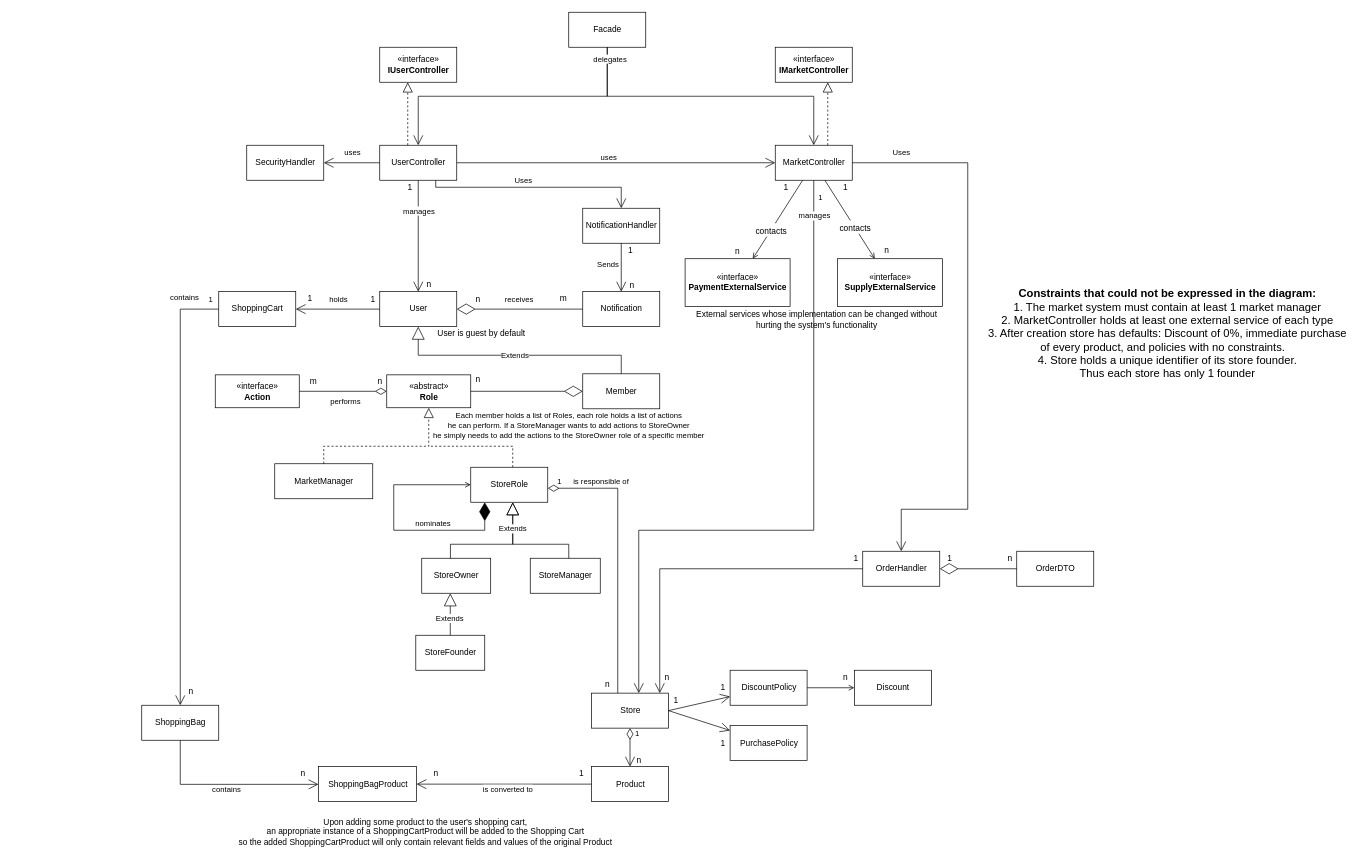
This is page "White Diagram" (1 of 2) of Workshop.drawio from itaitzruia4/Workshop, a draw.io file, before an edit. Source tidied: cells renumbered, new cells numbered last; positions are measured from the earlier drawing's top-left corner, leaving out a move shared by most shapes. Both pictures are drawn from the tidied source at 70%, with x=0, y=0 at pixel (12, 12).
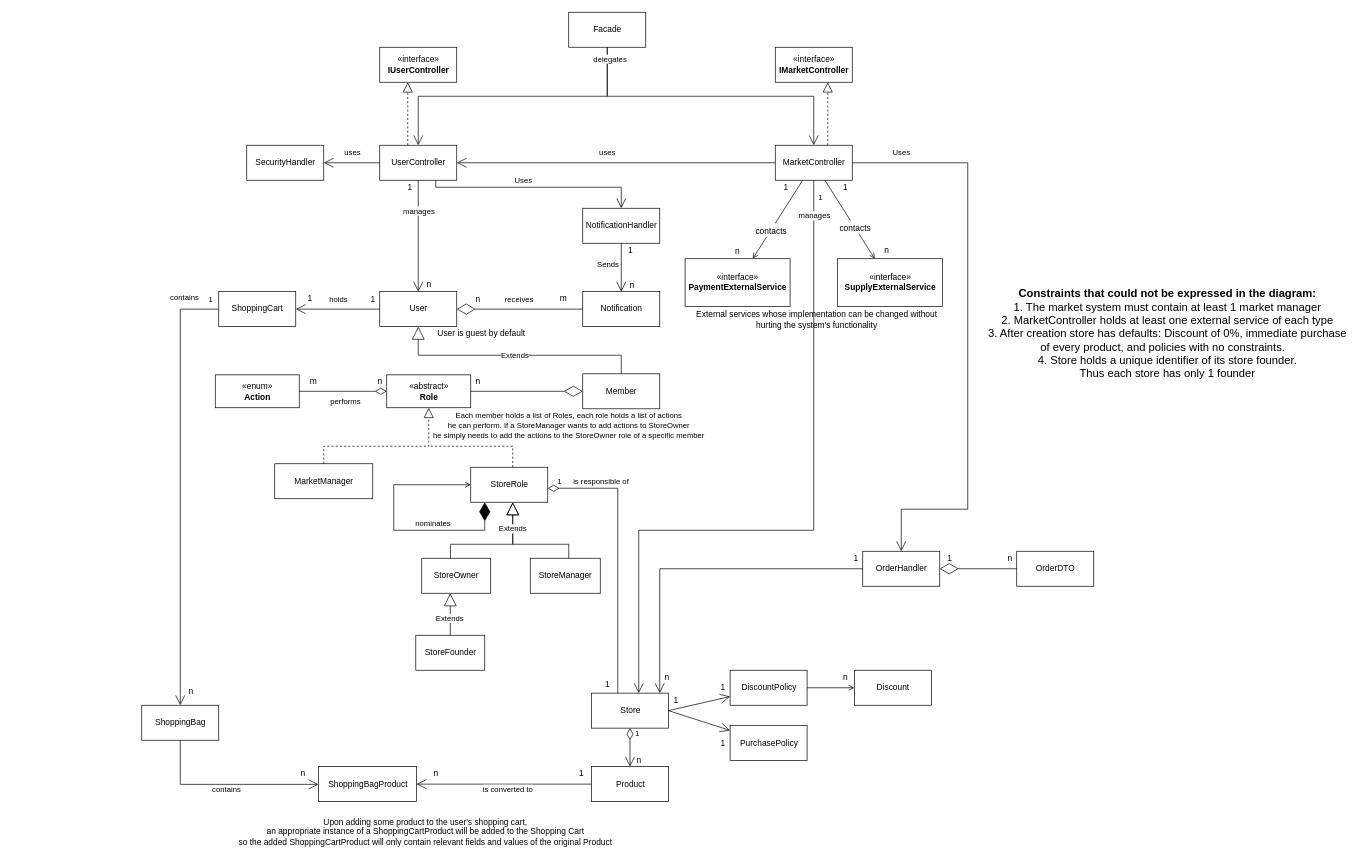
The same page after the edit.

Commit message (it also covers changes not shown here):
Changed actions from interface to enum, flipped the connection between the controllers

The change refers to these unchanged cells:
```xml
<mxCell id="5" value="UserController" style="html=1;" parent="1" vertex="1">
  <mxGeometry x="525" y="190" width="110" height="50" as="geometry" />
</mxCell>
<mxCell id="6" value="MarketController" style="html=1;" parent="1" vertex="1">
  <mxGeometry x="1090" y="190" width="110" height="50" as="geometry" />
</mxCell>
```

Diff of the diagram source:
```diff
@@
-    <mxCell id="34" value="n" style="text;html=1;align=center;verticalAlign=middle;strokeColor=none;fillColor=none;" parent="1" vertex="1">
+    <mxCell id="34" value="1" style="text;html=1;align=center;verticalAlign=middle;strokeColor=none;fillColor=none;" parent="1" vertex="1">
       <mxGeometry x="840" y="950" width="20" height="20" as="geometry" />
     </mxCell>
@@
-    <mxCell id="60" value="«interface»&lt;br&gt;&lt;b&gt;Action&lt;/b&gt;" style="html=1;" parent="1" vertex="1">
+    <mxCell id="60" value="«enum»&lt;br&gt;&lt;b&gt;Action&lt;/b&gt;" style="html=1;" parent="1" vertex="1">
       <mxGeometry x="290" y="518" width="120" height="47" as="geometry" />
     </mxCell>
@@
     <mxCell id="64" value="n" style="text;html=1;align=center;verticalAlign=middle;strokeColor=none;fillColor=none;" parent="1" vertex="1">
-      <mxGeometry x="655" y="515" width="20" height="20" as="geometry" />
+      <mxGeometry x="655" y="518" width="20" height="20" as="geometry" />
     </mxCell>
@@
-    <mxCell id="99" style="endArrow=open;endFill=1;endSize=12;html=1;rounded=0;" parent="1" edge="1" source="5" target="6">
+    <mxCell id="99" style="endArrow=open;endFill=1;endSize=12;html=1;rounded=0;" parent="1" edge="1" source="6" target="5">
       <mxGeometry relative="1" as="geometry" />
     </mxCell>
     <mxCell id="100" value="uses" style="edgeLabel;html=1;align=center;verticalAlign=middle;" parent="99" vertex="1">
       <mxGeometry x="-0.29" y="-4" relative="1" as="geometry">
-        <mxPoint x="54" y="-13" as="offset" />
+        <mxPoint x="-79" y="-11" as="offset" />
       </mxGeometry>
     </mxCell>
```
